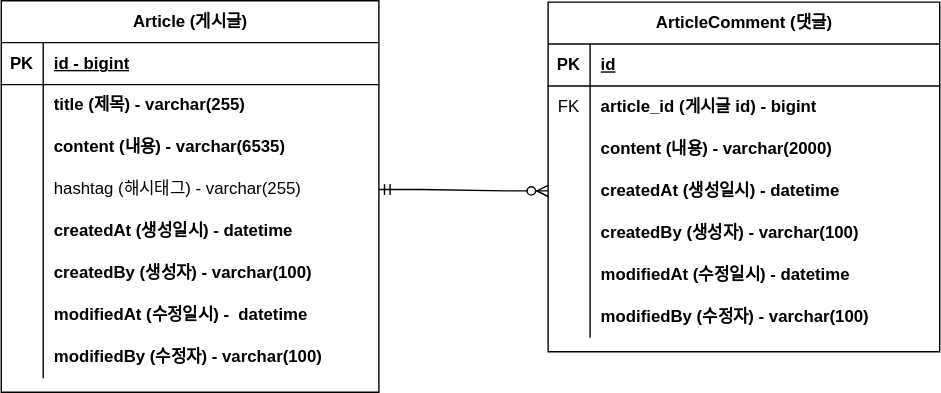
Before: documents/project-board-erd.svg, a diagram exported from draw.io (hetame1/Spring-study). Source tidied: cells renumbered, new cells last; positions are measured from the earlier drawing's top-left corner, leaving out a move shared by most shapes.
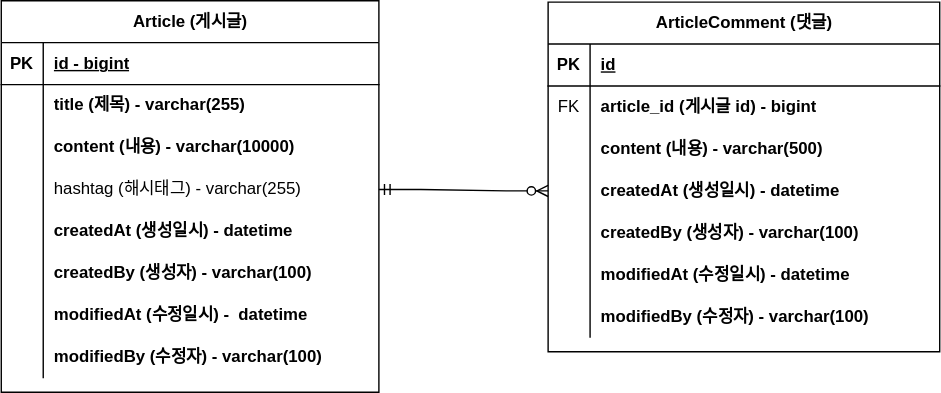
Later version of the same file.

Commit message:
#12 - erd 업데이트: content 사이즈 변

Change to the diagram source:
```diff
@@ -29,7 +29,7 @@
     <mxCell id="10" style="shape=partialRectangle;fillColor=none;top=0;left=0;bottom=0;right=0;overflow=hidden;whiteSpace=wrap;html=1;" parent="9" vertex="1">
       <mxGeometry width="30" height="30" as="geometry" />
     </mxCell>
-    <mxCell id="11" value="content (내용) - varchar(6535)&lt;br&gt;" style="shape=partialRectangle;fillColor=none;top=0;left=0;bottom=0;right=0;align=left;spacingLeft=6;overflow=hidden;whiteSpace=wrap;html=1;fontStyle=1;" parent="9" vertex="1">
+    <mxCell id="11" value="content (내용) - varchar(10000)" style="shape=partialRectangle;fillColor=none;top=0;left=0;bottom=0;right=0;align=left;spacingLeft=6;overflow=hidden;whiteSpace=wrap;html=1;fontStyle=1;" parent="9" vertex="1">
       <mxGeometry x="30" width="240" height="30" as="geometry" />
     </mxCell>
     <mxCell id="12" style="shape=tableRow;horizontal=0;startSize=0;swimlaneHead=0;swimlaneBody=0;fillColor=none;points=[[0,0.5],[1,0.5]];portConstraint=eastwest;top=0;left=0;right=0;bottom=0;" parent="2" vertex="1">
@@ -104,7 +104,7 @@
     <mxCell id="35" style="shape=partialRectangle;fillColor=none;top=0;left=0;bottom=0;right=0;overflow=hidden;whiteSpace=wrap;html=1;" parent="34" vertex="1">
       <mxGeometry width="30" height="30" as="geometry" />
     </mxCell>
-    <mxCell id="36" value="content (내용) - varchar(2000)" style="shape=partialRectangle;fillColor=none;top=0;left=0;bottom=0;right=0;align=left;spacingLeft=6;overflow=hidden;whiteSpace=wrap;html=1;fontStyle=1;" parent="34" vertex="1">
+    <mxCell id="36" value="content (내용) - varchar(500)" style="shape=partialRectangle;fillColor=none;top=0;left=0;bottom=0;right=0;align=left;spacingLeft=6;overflow=hidden;whiteSpace=wrap;html=1;fontStyle=1;" parent="34" vertex="1">
       <mxGeometry x="30" width="250" height="30" as="geometry" />
     </mxCell>
     <mxCell id="37" style="shape=tableRow;horizontal=0;startSize=0;swimlaneHead=0;swimlaneBody=0;fillColor=none;points=[[0,0.5],[1,0.5]];portConstraint=eastwest;top=0;left=0;right=0;bottom=0;" parent="27" vertex="1">
```
